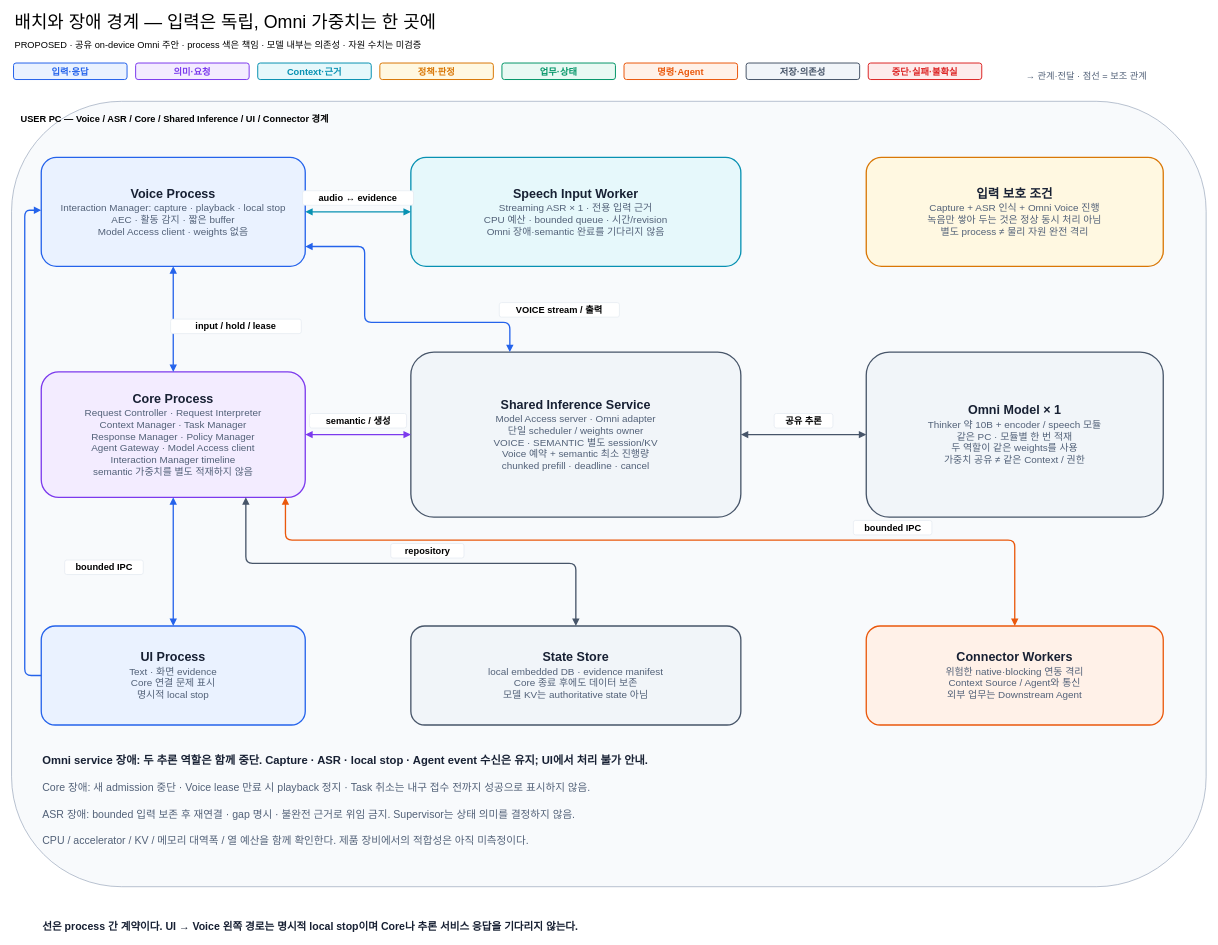
The draw.io diagram docs/architecture/12-decisions/target-architecture/diagrams/06-runtime-and-fault-boundaries.drawio in cbyche/via-sw-architecture, before the edit. Source tidied: cells renumbered, new cells numbered last; positions are measured from the earlier drawing's top-left corner, leaving out a move shared by most shapes. Both pictures are drawn from the tidied source at 66%, with x=0, y=0 at pixel (11, 12).
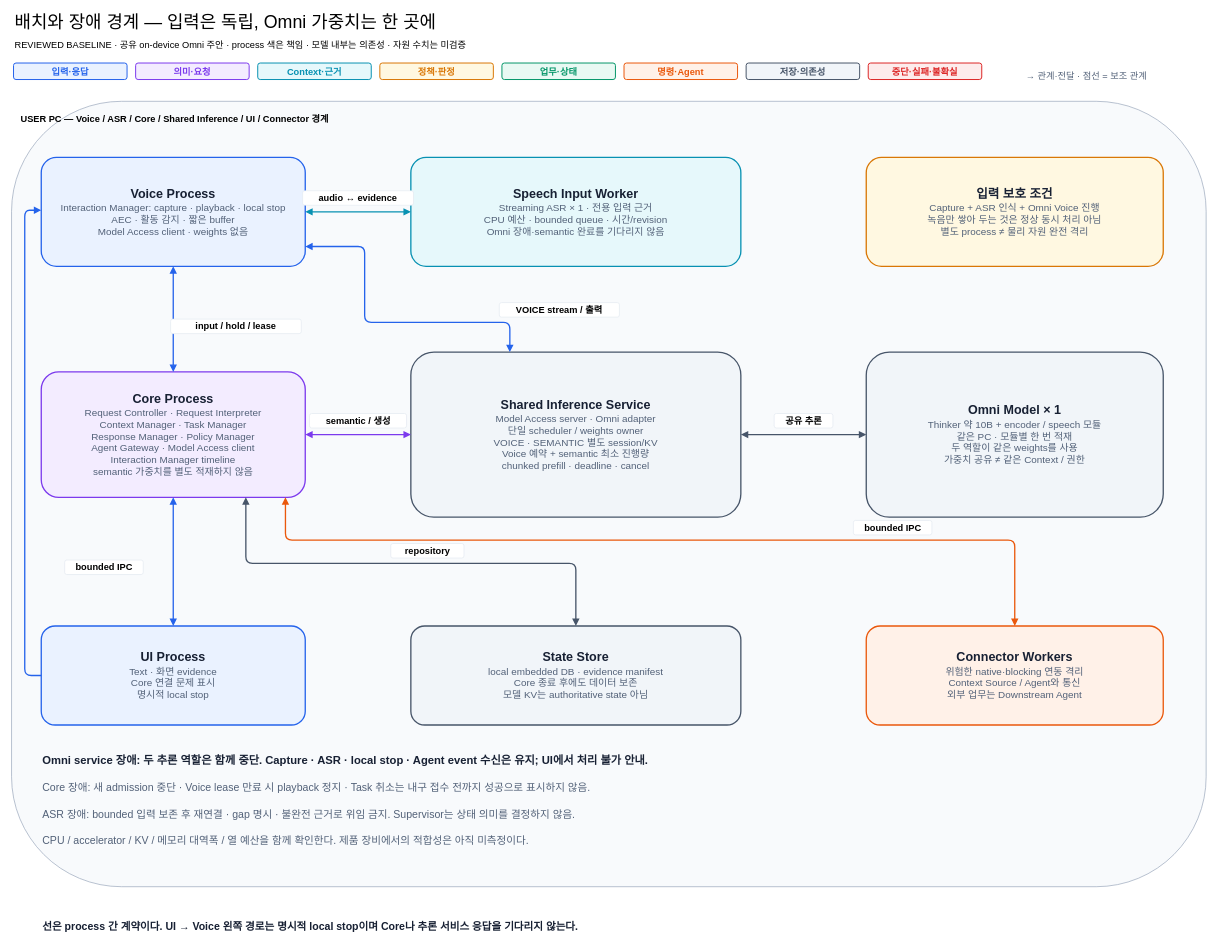
The same page after the edit.

Diff of the diagram source:
```diff
@@
-    <mxCell id="44" value="PROPOSED · 공유 on-device Omni 주안 · process 색은 책임 · 모델 내부는 의존성 · 자원 수치는 미검증" style="text;html=1;align=left;verticalAlign=middle;strokeColor=none;fillColor=none;fontSize=14;" parent="1" vertex="1">
+    <mxCell id="44" value="REVIEWED BASELINE · 공유 on-device Omni 주안 · process 색은 책임 · 모델 내부는 의존성 · 자원 수치는 미검증" style="text;html=1;align=left;verticalAlign=middle;strokeColor=none;fillColor=none;fontSize=14;" parent="1" vertex="1">
       <mxGeometry x="3" y="34" width="1804" height="30" as="geometry" />
     </mxCell>
```
